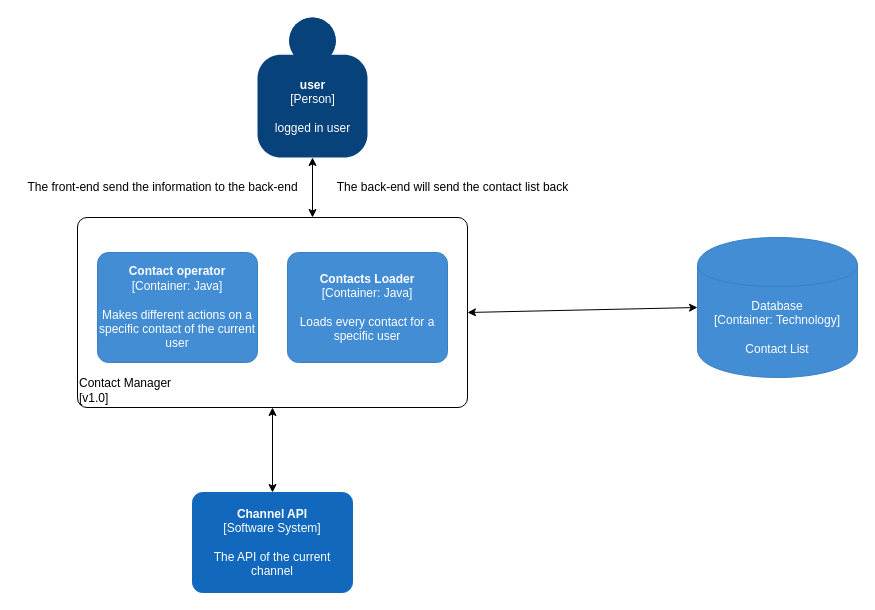
The draw.io diagram page "Container-Diagram" (2 of 3) of C4/C4-Selecting-Contacts-Module.drawio in HristeaIonut/Morse-Diagrams, before the edit. Source tidied: cells renumbered, new cells numbered last; positions are measured from the earlier drawing's top-left corner, leaving out a move shared by most shapes. Both pictures are drawn from the tidied source at 100%, with x=0, y=0 at pixel (17, 17).
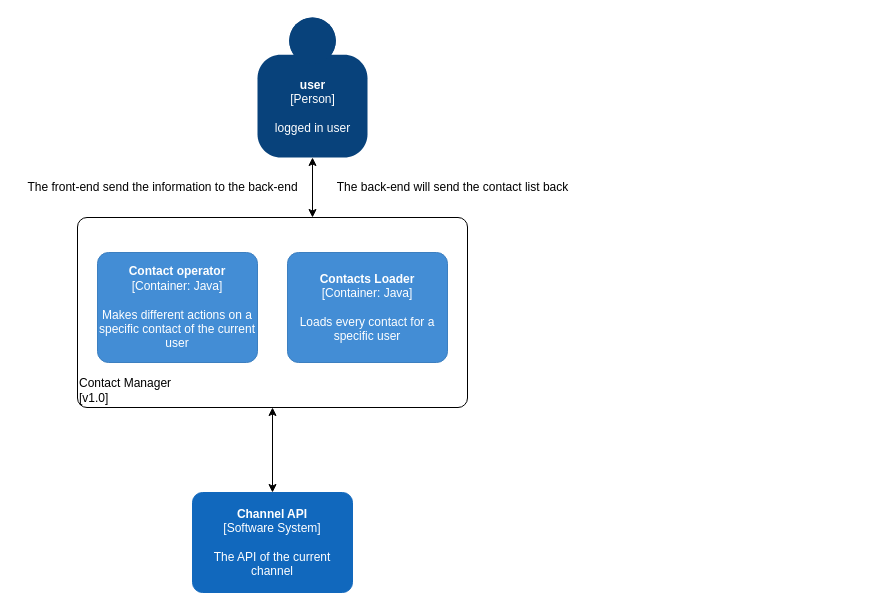
The same diagram, later.

Diff of the diagram source:
```diff
@@
 <mxGraphModel>
   <root>
     <mxCell id="0" />
     <mxCell id="1" parent="0" />
     <object id="2" label="&lt;div style=&quot;text-align: left&quot;&gt;%c4Name%&lt;/div&gt;&lt;div style=&quot;text-align: left&quot;&gt;[%c4Application%]&lt;/div&gt;" c4Application="v1.0" c4Name="Contact Manager" placeholders="1">
       <mxCell style="rounded=1;whiteSpace=wrap;html=1;labelBackgroundColor=none;fillColor=#ffffff;fontColor=#000000;align=left;arcSize=5;strokeColor=#000000;verticalAlign=bottom;metaData={&quot;c4Type&quot;:{&quot;editable&quot;:false}};points=[[0.25,0,0],[0.5,0,0],[0.75,0,0],[1,0.25,0],[1,0.5,0],[1,0.75,0],[0.75,1,0],[0.5,1,0],[0.25,1,0],[0,0.75,0],[0,0.5,0],[0,0.25,0]];" parent="1" vertex="1">
         <mxGeometry x="60" y="200" width="390" height="190" as="geometry" />
       </mxCell>
     </object>
     <object id="3" label="&lt;b&gt;%c4Name%&lt;/b&gt;&lt;div&gt;[%c4Type%]&lt;/div&gt;&lt;br&gt;&lt;div&gt;%c4Description%&lt;/div&gt;" c4Description="logged in user" c4Name="user" c4Type="Person" placeholders="1">
       <mxCell style="html=1;dashed=0;whitespace=wrap;fillColor=#08427b;strokeColor=none;fontColor=#ffffff;shape=mxgraph.c4.person;align=center;points=[[0.5,0,0],[1,0.5,0],[1,0.75,0],[0.75,1,0],[0.5,1,0],[0.25,1,0],[0,0.75,0],[0,0.5,0]];metaData={&quot;c4Type&quot;:{&quot;editable&quot;:false}};" parent="1" vertex="1">
         <mxGeometry x="240" width="110" height="140" as="geometry" />
       </mxCell>
     </object>
     <mxCell id="4" style="endArrow=classic;startArrow=classic;html=1;entryX=0.5;entryY=1;entryDx=0;entryDy=0;entryPerimeter=0;" parent="1" edge="1" target="3">
       <mxGeometry relative="1" as="geometry">
         <mxPoint x="295" y="200" as="sourcePoint" />
       </mxGeometry>
     </mxCell>
     <mxCell id="5" value="The front-end send the information to the back-end" style="text;html=1;align=center;verticalAlign=middle;" parent="1" vertex="1">
       <mxGeometry y="160" width="290" height="20" as="geometry" />
     </mxCell>
     <mxCell id="6" value="The back-end will send the contact list back" style="text;html=1;align=center;verticalAlign=middle;" parent="1" vertex="1">
       <mxGeometry x="310" y="160" width="250" height="20" as="geometry" />
     </mxCell>
-    <mxCell id="7" style="endArrow=classic;startArrow=classic;html=1;exitX=1;exitY=0.5;exitDx=0;exitDy=0;exitPerimeter=0;entryX=0;entryY=0.5;entryDx=0;entryDy=0;entryPerimeter=0;" parent="1" edge="1" source="2" target="8">
-      <mxGeometry relative="1" as="geometry" />
-    </mxCell>
-    <object id="8" label="%c4Type%&lt;div&gt;[Container:&amp;nbsp;%c4Technology%]&lt;/div&gt;&lt;br&gt;&lt;div&gt;%c4Description%&lt;/div&gt;" c4Description="Contact List" c4Technology="Technology" c4Type="Database" placeholders="1">
-      <mxCell style="shape=cylinder;whiteSpace=wrap;html=1;boundedLbl=1;rounded=0;labelBackgroundColor=none;fillColor=#438DD5;fontSize=12;fontColor=#ffffff;align=center;strokeColor=#3C7FC0;points=[[0.5,0,0],[1,0.25,0],[1,0.5,0],[1,0.75,0],[0.5,1,0],[0,0.75,0],[0,0.5,0],[0,0.25,0]];metaData={&quot;c4Type&quot;:{&quot;editable&quot;:false}};" parent="1" vertex="1">
-        <mxGeometry x="680" y="220" width="160" height="140" as="geometry" />
-      </mxCell>
-    </object>
     <object id="9" label="&lt;b&gt;%c4Name%&lt;/b&gt;&lt;div&gt;[%c4Type%]&lt;/div&gt;&lt;br&gt;&lt;div&gt;%c4Description%&lt;/div&gt;" c4Description="The API of the current channel" c4Name="Channel API" c4Type="Software System" placeholders="1">
       <mxCell style="rounded=1;whiteSpace=wrap;html=1;labelBackgroundColor=none;fillColor=#1168BD;fontColor=#ffffff;align=center;arcSize=10;strokeColor=#1168BD;metaData={&quot;c4Type&quot;:{&quot;editable&quot;:false}};points=[[0.25,0,0],[0.5,0,0],[0.75,0,0],[1,0.25,0],[1,0.5,0],[1,0.75,0],[0.75,1,0],[0.5,1,0],[0.25,1,0],[0,0.75,0],[0,0.5,0],[0,0.25,0]];" parent="1" vertex="1">
         <mxGeometry x="175" y="475" width="160" height="100" as="geometry" />
       </mxCell>
     </object>
     <mxCell id="10" style="endArrow=classic;startArrow=classic;html=1;exitX=0.5;exitY=0;exitDx=0;exitDy=0;exitPerimeter=0;entryX=0.5;entryY=1;entryDx=0;entryDy=0;entryPerimeter=0;" parent="1" edge="1" source="9" target="2">
       <mxGeometry relative="1" as="geometry" />
     </mxCell>
     <object id="11" label="&lt;b&gt;%c4Name%&lt;/b&gt;&lt;div&gt;[%c4Type%: %c4Technology%]&lt;/div&gt;&lt;br&gt;&lt;div&gt;%c4Description%&lt;/div&gt;" c4Description="Makes different actions on a specific contact of the current user" c4Name="Contact operator" c4Technology="Java" c4Type="Container" placeholders="1">
       <mxCell style="rounded=1;whiteSpace=wrap;html=1;labelBackgroundColor=none;fillColor=#438DD5;fontColor=#ffffff;align=center;arcSize=10;strokeColor=#3C7FC0;metaData={&quot;c4Type&quot;:{&quot;editable&quot;:false}};" parent="1" vertex="1">
         <mxGeometry x="80" y="235" width="160" height="110" as="geometry" />
       </mxCell>
     </object>
     <object id="12" label="&lt;b&gt;%c4Name%&lt;/b&gt;&lt;div&gt;[%c4Type%: %c4Technology%]&lt;/div&gt;&lt;br&gt;&lt;div&gt;%c4Description%&lt;/div&gt;" c4Description="Loads every contact for a specific user" c4Name="Contacts Loader" c4Technology="Java" c4Type="Container" placeholders="1">
       <mxCell style="rounded=1;whiteSpace=wrap;html=1;labelBackgroundColor=none;fillColor=#438DD5;fontColor=#ffffff;align=center;arcSize=10;strokeColor=#3C7FC0;metaData={&quot;c4Type&quot;:{&quot;editable&quot;:false}};" parent="1" vertex="1">
         <mxGeometry x="270" y="235" width="160" height="110" as="geometry" />
       </mxCell>
     </object>
   </root>
 </mxGraphModel>
```
